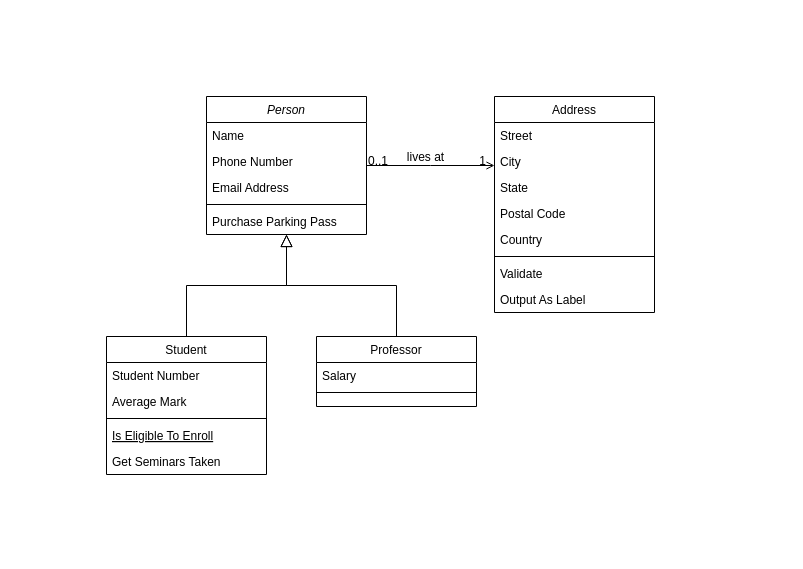
This is Untitled Diagram.drawio from buqraoner/kodluyoruzilkrepo, a draw.io file, before an edit. Source tidied: cells renumbered, new cells numbered last; positions are measured from the earlier drawing's top-left corner, leaving out a move shared by most shapes. Both pictures are drawn from the tidied source at 100%, with x=0, y=0 at pixel (106, 96).
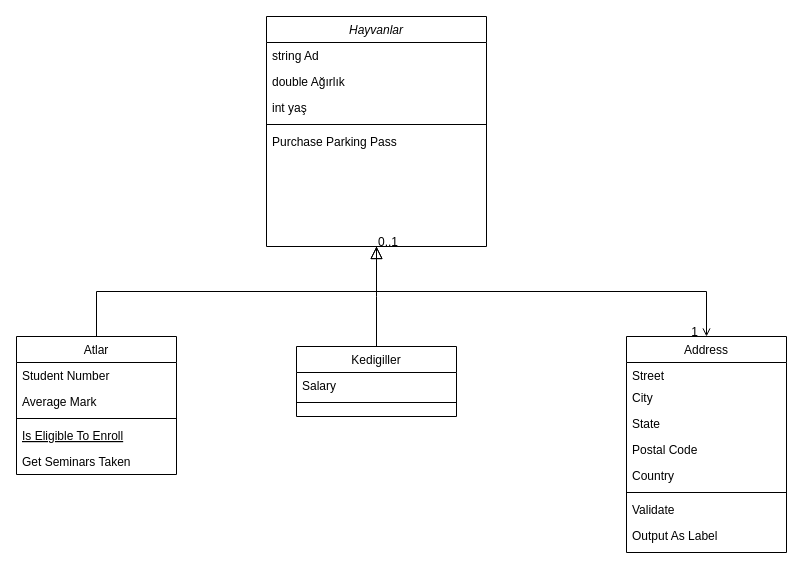
The same diagram, later.

Unchanged cells that the change refers to:
```xml
<mxCell id="28" style="endArrow=open;shadow=0;strokeWidth=1;rounded=0;endFill=1;edgeStyle=elbowEdgeStyle;elbow=vertical;" parent="1" edge="1" source="2" target="19">
  <mxGeometry x="0.5" y="41" relative="1" as="geometry">
    <mxPoint x="-40" y="32" as="offset" />
  </mxGeometry>
</mxCell>
```

What changed in the source:
```diff
@@
-    <mxCell id="2" value="Person" style="swimlane;fontStyle=2;align=center;verticalAlign=top;horizontal=1;startSize=26;rounded=0;shadow=0;strokeWidth=1;" parent="1" vertex="1">
-      <mxGeometry x="100" width="160" height="138" as="geometry" />
+    <mxCell id="2" value="Hayvanlar" style="swimlane;fontStyle=2;align=center;verticalAlign=top;horizontal=1;startSize=26;rounded=0;shadow=0;strokeWidth=1;" parent="1" vertex="1">
+      <mxGeometry x="160" y="-80" width="220" height="230" as="geometry" />
     </mxCell>
-    <mxCell id="3" value="Name" style="text;align=left;verticalAlign=top;spacingLeft=4;spacingRight=4;overflow=hidden;" parent="2" vertex="1">
-      <mxGeometry y="26" width="160" height="26" as="geometry" />
+    <mxCell id="3" value="string Ad" style="text;align=left;verticalAlign=top;spacingLeft=4;spacingRight=4;overflow=hidden;" parent="2" vertex="1">
+      <mxGeometry y="26" width="220" height="26" as="geometry" />
     </mxCell>
-    <mxCell id="4" value="Phone Number" style="text;align=left;verticalAlign=top;spacingLeft=4;spacingRight=4;overflow=hidden;rounded=0;shadow=0;html=0;" parent="2" vertex="1">
-      <mxGeometry y="52" width="160" height="26" as="geometry" />
+    <mxCell id="4" value="double Ağırlık&#10;" style="text;align=left;verticalAlign=top;spacingLeft=4;spacingRight=4;overflow=hidden;rounded=0;shadow=0;html=0;" parent="2" vertex="1">
+      <mxGeometry y="52" width="220" height="26" as="geometry" />
     </mxCell>
-    <mxCell id="5" value="Email Address" style="text;align=left;verticalAlign=top;spacingLeft=4;spacingRight=4;overflow=hidden;rounded=0;shadow=0;html=0;" parent="2" vertex="1">
-      <mxGeometry y="78" width="160" height="26" as="geometry" />
+    <mxCell id="5" value="int yaş" style="text;align=left;verticalAlign=top;spacingLeft=4;spacingRight=4;overflow=hidden;rounded=0;shadow=0;html=0;" parent="2" vertex="1">
+      <mxGeometry y="78" width="220" height="26" as="geometry" />
     </mxCell>
     <mxCell id="6" style="line;html=1;strokeWidth=1;align=left;verticalAlign=middle;spacingTop=-1;spacingLeft=3;spacingRight=3;labelPosition=right;" parent="2" vertex="1">
-      <mxGeometry y="104" width="160" height="8" as="geometry" />
+      <mxGeometry y="104" width="220" height="8" as="geometry" />
     </mxCell>
     <mxCell id="7" value="Purchase Parking Pass" style="text;align=left;verticalAlign=top;spacingLeft=4;spacingRight=4;overflow=hidden;" parent="2" vertex="1">
-      <mxGeometry y="112" width="160" height="26" as="geometry" />
+      <mxGeometry y="112" width="220" height="26" as="geometry" />
     </mxCell>
-    <mxCell id="8" value="Student" style="swimlane;fontStyle=0;align=center;verticalAlign=top;horizontal=1;startSize=26;rounded=0;shadow=0;strokeWidth=1;" parent="1" vertex="1">
-      <mxGeometry y="240" width="160" height="138" as="geometry" />
+    <mxCell id="8" value="Atlar" style="swimlane;fontStyle=0;align=center;verticalAlign=top;horizontal=1;startSize=26;rounded=0;shadow=0;strokeWidth=1;" parent="1" vertex="1">
+      <mxGeometry x="-90" y="240" width="160" height="138" as="geometry" />
     </mxCell>
@@
-    <mxCell id="15" value="Professor" style="swimlane;fontStyle=0;align=center;verticalAlign=top;horizontal=1;startSize=26;rounded=0;shadow=0;strokeWidth=1;" parent="1" vertex="1">
-      <mxGeometry x="210" y="240" width="160" height="70" as="geometry" />
+    <mxCell id="15" value="Kedigiller" style="swimlane;fontStyle=0;align=center;verticalAlign=top;horizontal=1;startSize=26;rounded=0;shadow=0;strokeWidth=1;" parent="1" vertex="1">
+      <mxGeometry x="190" y="250" width="160" height="70" as="geometry" />
     </mxCell>
@@
     <mxCell id="19" value="Address" style="swimlane;fontStyle=0;align=center;verticalAlign=top;horizontal=1;startSize=26;rounded=0;shadow=0;strokeWidth=1;" parent="1" vertex="1">
-      <mxGeometry x="388" width="160" height="216" as="geometry" />
+      <mxGeometry x="520" y="240" width="160" height="216" as="geometry" />
     </mxCell>
     <mxCell id="20" value="Street" style="text;align=left;verticalAlign=top;spacingLeft=4;spacingRight=4;overflow=hidden;" parent="19" vertex="1">
-      <mxGeometry y="26" width="160" height="26" as="geometry" />
+      <mxGeometry y="26" width="160" height="22" as="geometry" />
     </mxCell>
     <mxCell id="21" value="City" style="text;align=left;verticalAlign=top;spacingLeft=4;spacingRight=4;overflow=hidden;rounded=0;shadow=0;html=0;" parent="19" vertex="1">
-      <mxGeometry y="52" width="160" height="26" as="geometry" />
+      <mxGeometry y="48" width="160" height="26" as="geometry" />
     </mxCell>
     <mxCell id="22" value="State" style="text;align=left;verticalAlign=top;spacingLeft=4;spacingRight=4;overflow=hidden;rounded=0;shadow=0;html=0;" parent="19" vertex="1">
-      <mxGeometry y="78" width="160" height="26" as="geometry" />
+      <mxGeometry y="74" width="160" height="26" as="geometry" />
     </mxCell>
     <mxCell id="23" value="Postal Code" style="text;align=left;verticalAlign=top;spacingLeft=4;spacingRight=4;overflow=hidden;rounded=0;shadow=0;html=0;" parent="19" vertex="1">
-      <mxGeometry y="104" width="160" height="26" as="geometry" />
+      <mxGeometry y="100" width="160" height="26" as="geometry" />
     </mxCell>
     <mxCell id="24" value="Country" style="text;align=left;verticalAlign=top;spacingLeft=4;spacingRight=4;overflow=hidden;rounded=0;shadow=0;html=0;" parent="19" vertex="1">
-      <mxGeometry y="130" width="160" height="26" as="geometry" />
+      <mxGeometry y="126" width="160" height="26" as="geometry" />
     </mxCell>
     <mxCell id="25" style="line;html=1;strokeWidth=1;align=left;verticalAlign=middle;spacingTop=-1;spacingLeft=3;spacingRight=3;labelPosition=right;" parent="19" vertex="1">
-      <mxGeometry y="156" width="160" height="8" as="geometry" />
+      <mxGeometry y="152" width="160" height="8" as="geometry" />
     </mxCell>
     <mxCell id="26" value="Validate" style="text;align=left;verticalAlign=top;spacingLeft=4;spacingRight=4;overflow=hidden;" parent="19" vertex="1">
-      <mxGeometry y="164" width="160" height="26" as="geometry" />
+      <mxGeometry y="160" width="160" height="26" as="geometry" />
     </mxCell>
     <mxCell id="27" value="Output As Label" style="text;align=left;verticalAlign=top;spacingLeft=4;spacingRight=4;overflow=hidden;" parent="19" vertex="1">
-      <mxGeometry y="190" width="160" height="26" as="geometry" />
+      <mxGeometry y="186" width="160" height="26" as="geometry" />
     </mxCell>
@@
-    <mxCell id="31" value="lives at" style="text;html=1;align=center;verticalAlign=middle;labelBackgroundColor=none;rounded=0;shadow=0;strokeWidth=1;fontSize=12;" parent="28" vertex="1">
-      <mxGeometry x="0.5" y="49" relative="1" as="geometry">
-        <mxPoint x="-38" y="40" as="offset" />
-      </mxGeometry>
-    </mxCell>
```
